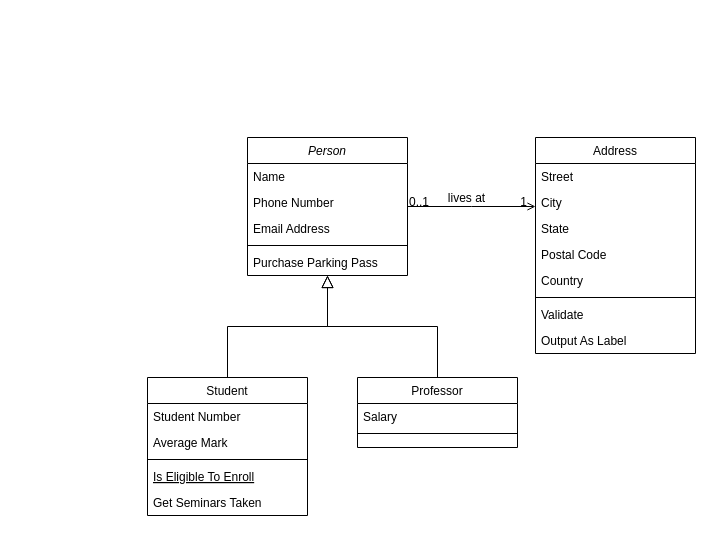
This is Untitled Diagram.drawio from Nishant1719/Portfolio, a draw.io file, before an edit. Source tidied: cells renumbered, new cells numbered last; positions are measured from the earlier drawing's top-left corner, leaving out a move shared by most shapes. Both pictures are drawn from the tidied source at 100%, with x=0, y=0 at pixel (147, 137).
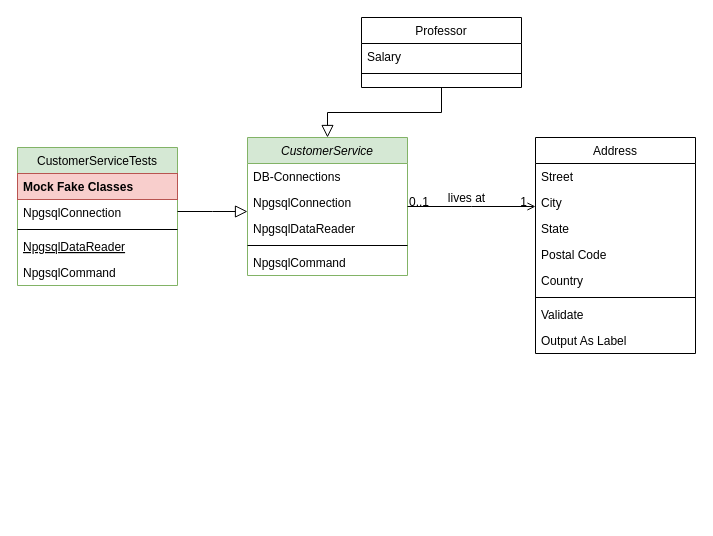
The same page after the edit.

Diff of the diagram source:
```diff
@@
-    <mxCell id="2" value="Person" style="swimlane;fontStyle=2;align=center;verticalAlign=top;horizontal=1;startSize=26;rounded=0;shadow=0;strokeWidth=1;" parent="1" vertex="1">
+    <mxCell id="2" value="CustomerService" style="swimlane;fontStyle=2;align=center;verticalAlign=top;horizontal=1;startSize=26;rounded=0;shadow=0;strokeWidth=1;fillColor=#d5e8d4;strokeColor=#82b366;" parent="1" vertex="1">
       <mxGeometry x="100" width="160" height="138" as="geometry" />
     </mxCell>
-    <mxCell id="3" value="Name" style="text;align=left;verticalAlign=top;spacingLeft=4;spacingRight=4;overflow=hidden;" parent="2" vertex="1">
+    <mxCell id="3" value="DB-Connections " style="text;align=left;verticalAlign=top;spacingLeft=4;spacingRight=4;overflow=hidden;" parent="2" vertex="1">
       <mxGeometry y="26" width="160" height="26" as="geometry" />
     </mxCell>
-    <mxCell id="4" value="Phone Number" style="text;align=left;verticalAlign=top;spacingLeft=4;spacingRight=4;overflow=hidden;rounded=0;shadow=0;html=0;" parent="2" vertex="1">
+    <mxCell id="4" value="NpgsqlConnection" style="text;align=left;verticalAlign=top;spacingLeft=4;spacingRight=4;overflow=hidden;rounded=0;shadow=0;html=0;" parent="2" vertex="1">
       <mxGeometry y="52" width="160" height="26" as="geometry" />
     </mxCell>
-    <mxCell id="5" value="Email Address" style="text;align=left;verticalAlign=top;spacingLeft=4;spacingRight=4;overflow=hidden;rounded=0;shadow=0;html=0;" parent="2" vertex="1">
+    <mxCell id="5" value="NpgsqlDataReader" style="text;align=left;verticalAlign=top;spacingLeft=4;spacingRight=4;overflow=hidden;rounded=0;shadow=0;html=0;" parent="2" vertex="1">
       <mxGeometry y="78" width="160" height="26" as="geometry" />
     </mxCell>
@@
-    <mxCell id="7" value="Purchase Parking Pass" style="text;align=left;verticalAlign=top;spacingLeft=4;spacingRight=4;overflow=hidden;" parent="2" vertex="1">
+    <mxCell id="7" value="NpgsqlCommand" style="text;align=left;verticalAlign=top;spacingLeft=4;spacingRight=4;overflow=hidden;" parent="2" vertex="1">
       <mxGeometry y="112" width="160" height="26" as="geometry" />
     </mxCell>
-    <mxCell id="8" value="Student" style="swimlane;fontStyle=0;align=center;verticalAlign=top;horizontal=1;startSize=26;rounded=0;shadow=0;strokeWidth=1;" parent="1" vertex="1">
-      <mxGeometry y="240" width="160" height="138" as="geometry" />
+    <mxCell id="8" value="CustomerServiceTests" style="swimlane;fontStyle=0;align=center;verticalAlign=top;horizontal=1;startSize=26;rounded=0;shadow=0;strokeWidth=1;fillColor=#d5e8d4;strokeColor=#82b366;" parent="1" vertex="1">
+      <mxGeometry x="-130" y="10" width="160" height="138" as="geometry" />
     </mxCell>
-    <mxCell id="9" value="Student Number" style="text;align=left;verticalAlign=top;spacingLeft=4;spacingRight=4;overflow=hidden;" parent="8" vertex="1">
+    <mxCell id="9" value="Mock Fake Classes" style="text;align=left;verticalAlign=top;spacingLeft=4;spacingRight=4;overflow=hidden;fontStyle=1;fillColor=#f8cecc;strokeColor=#b85450;" parent="8" vertex="1">
       <mxGeometry y="26" width="160" height="26" as="geometry" />
     </mxCell>
-    <mxCell id="10" value="Average Mark" style="text;align=left;verticalAlign=top;spacingLeft=4;spacingRight=4;overflow=hidden;rounded=0;shadow=0;html=0;" parent="8" vertex="1">
+    <mxCell id="10" value="NpgsqlConnection" style="text;align=left;verticalAlign=top;spacingLeft=4;spacingRight=4;overflow=hidden;rounded=0;shadow=0;html=0;" parent="8" vertex="1">
       <mxGeometry y="52" width="160" height="26" as="geometry" />
     </mxCell>
@@
-    <mxCell id="12" value="Is Eligible To Enroll" style="text;align=left;verticalAlign=top;spacingLeft=4;spacingRight=4;overflow=hidden;fontStyle=4;" parent="8" vertex="1">
+    <mxCell id="12" value="NpgsqlDataReader" style="text;align=left;verticalAlign=top;spacingLeft=4;spacingRight=4;overflow=hidden;fontStyle=4;" parent="8" vertex="1">
       <mxGeometry y="86" width="160" height="26" as="geometry" />
     </mxCell>
-    <mxCell id="13" value="Get Seminars Taken" style="text;align=left;verticalAlign=top;spacingLeft=4;spacingRight=4;overflow=hidden;" parent="8" vertex="1">
+    <mxCell id="13" value="NpgsqlCommand" style="text;align=left;verticalAlign=top;spacingLeft=4;spacingRight=4;overflow=hidden;" parent="8" vertex="1">
       <mxGeometry y="112" width="160" height="26" as="geometry" />
     </mxCell>
@@
     <mxCell id="15" value="Professor" style="swimlane;fontStyle=0;align=center;verticalAlign=top;horizontal=1;startSize=26;rounded=0;shadow=0;strokeWidth=1;" parent="1" vertex="1">
-      <mxGeometry x="210" y="240" width="160" height="70" as="geometry" />
+      <mxGeometry x="214" y="-120" width="160" height="70" as="geometry" />
     </mxCell>
```
